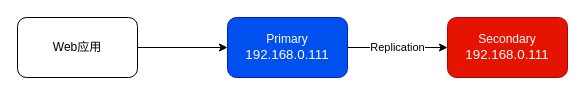
Above: mongodb-Replica Sets.drawio in linlin8/linlin8.github.io (draw.io), before the change. Source tidied: cells renumbered, new cells numbered last; positions are measured from the earlier drawing's top-left corner, leaving out a move shared by most shapes. Both pictures are drawn from the tidied source at 100%, with x=0, y=0 at pixel (17, 17).
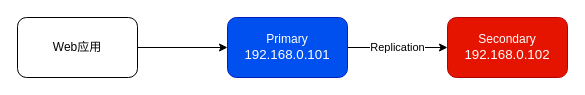
Above is the later version.

Diff of the diagram source:
```diff
@@
 <mxGraphModel>
   <root>
     <mxCell id="0" />
     <mxCell id="1" parent="0" />
     <mxCell id="2" style="edgeStyle=orthogonalEdgeStyle;rounded=0;jettySize=auto;html=1;" parent="1" edge="1" source="3" target="5">
       <mxGeometry relative="1" as="geometry" />
     </mxCell>
     <mxCell id="3" value="Web应用" style="rounded=1;whiteSpace=wrap;html=1;" parent="1" vertex="1">
       <mxGeometry width="120" height="60" as="geometry" />
     </mxCell>
     <mxCell id="4" value="Replication" style="edgeStyle=orthogonalEdgeStyle;rounded=0;jettySize=auto;html=1;" parent="1" edge="1" source="5" target="6">
       <mxGeometry relative="1" as="geometry" />
     </mxCell>
-    <mxCell id="5" value="Primary&lt;br&gt;&lt;span style=&quot;font-size: 10pt;&quot;&gt;192.168.0.111&lt;/span&gt;" style="rounded=1;whiteSpace=wrap;html=1;fillColor=#0050ef;strokeColor=#001DBC;fontColor=#FFFFFF;" parent="1" vertex="1">
+    <mxCell id="5" value="Primary&lt;br&gt;&lt;span style=&quot;font-size: 10pt&quot;&gt;192.168.0.101&lt;/span&gt;" style="rounded=1;whiteSpace=wrap;html=1;fillColor=#0050ef;strokeColor=#001DBC;fontColor=#FFFFFF;" parent="1" vertex="1">
       <mxGeometry x="210" width="120" height="60" as="geometry" />
     </mxCell>
-    <mxCell id="6" value="Secondary&lt;br&gt;&lt;span style=&quot;font-size: 10pt;&quot;&gt;192.168.0.111&lt;/span&gt;" style="rounded=1;whiteSpace=wrap;html=1;fillColor=#e51400;strokeColor=#B20000;fontColor=#FFFFFF;" parent="1" vertex="1">
+    <mxCell id="6" value="Secondary&lt;br&gt;&lt;span style=&quot;font-size: 10pt&quot;&gt;192.168.0.102&lt;/span&gt;" style="rounded=1;whiteSpace=wrap;html=1;fillColor=#e51400;strokeColor=#B20000;fontColor=#FFFFFF;" parent="1" vertex="1">
       <mxGeometry x="430" width="120" height="60" as="geometry" />
     </mxCell>
   </root>
 </mxGraphModel>
```
